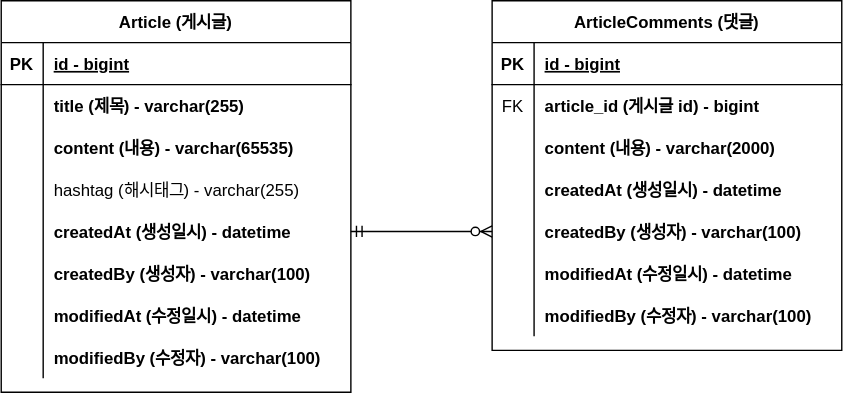
This is docs/project-board-erd.svg from songstone/project-board, a draw.io export, as it was before one commit. Source tidied: cells renumbered, new cells last; positions are measured from the earlier drawing's top-left corner, leaving out a move shared by most shapes.
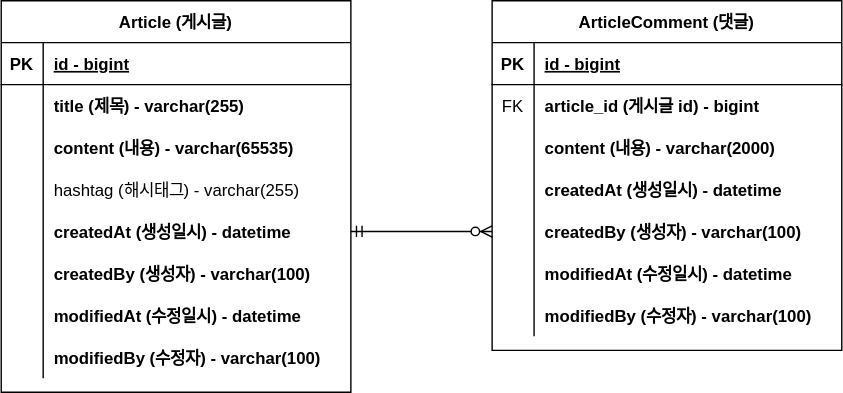
Later version of the same file.

Commit message:
docs: #8 - 댓글 테이블 ERD 오타 수정

Change to the diagram source:
```diff
@@ -77,7 +77,7 @@
     <mxCell id="26" value="modifiedBy (수정자) - varchar(100)" style="shape=partialRectangle;overflow=hidden;fillColor=none;top=0;left=0;bottom=0;right=0;align=left;spacingLeft=6;fontStyle=1;" parent="24" vertex="1">
       <mxGeometry x="30" width="220" height="30" as="geometry" />
     </mxCell>
-    <mxCell id="27" value="ArticleComments (댓글)" style="shape=table;startSize=30;rowLines=0;fontStyle=1;align=center;" parent="1" vertex="1">
+    <mxCell id="27" value="ArticleComment (댓글)" style="shape=table;startSize=30;rowLines=0;fontStyle=1;align=center;" parent="1" vertex="1">
       <mxGeometry x="351" width="250" height="250" as="geometry" />
     </mxCell>
     <mxCell id="28" style="shape=partialRectangle;fillColor=none;top=0;left=0;right=0;bottom=1;" parent="27" vertex="1">
```
